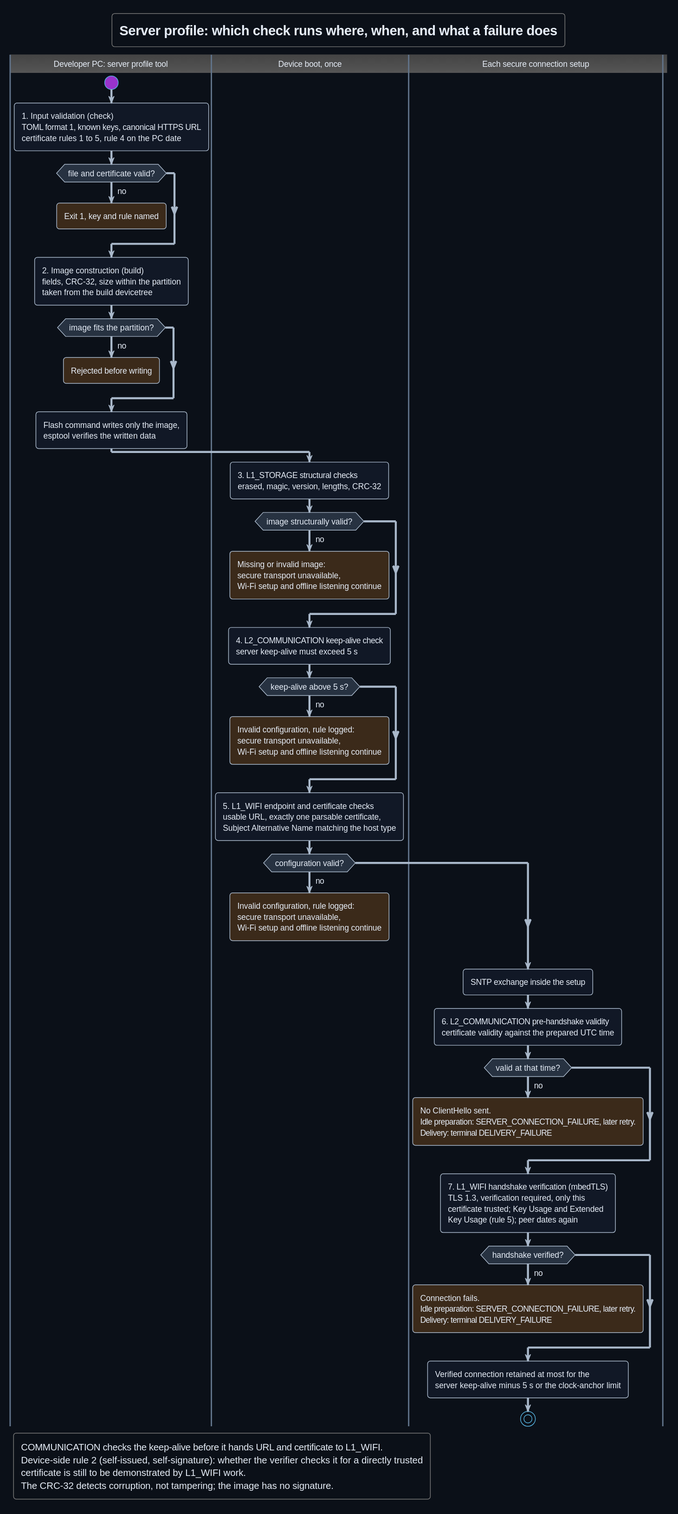
DemonicPsychoII/DigitalStethoscope keeps this PlantUML diagram as Development/system/design/STORAGE/rendered/server_profile_validation.svg. Above is the earlier version.
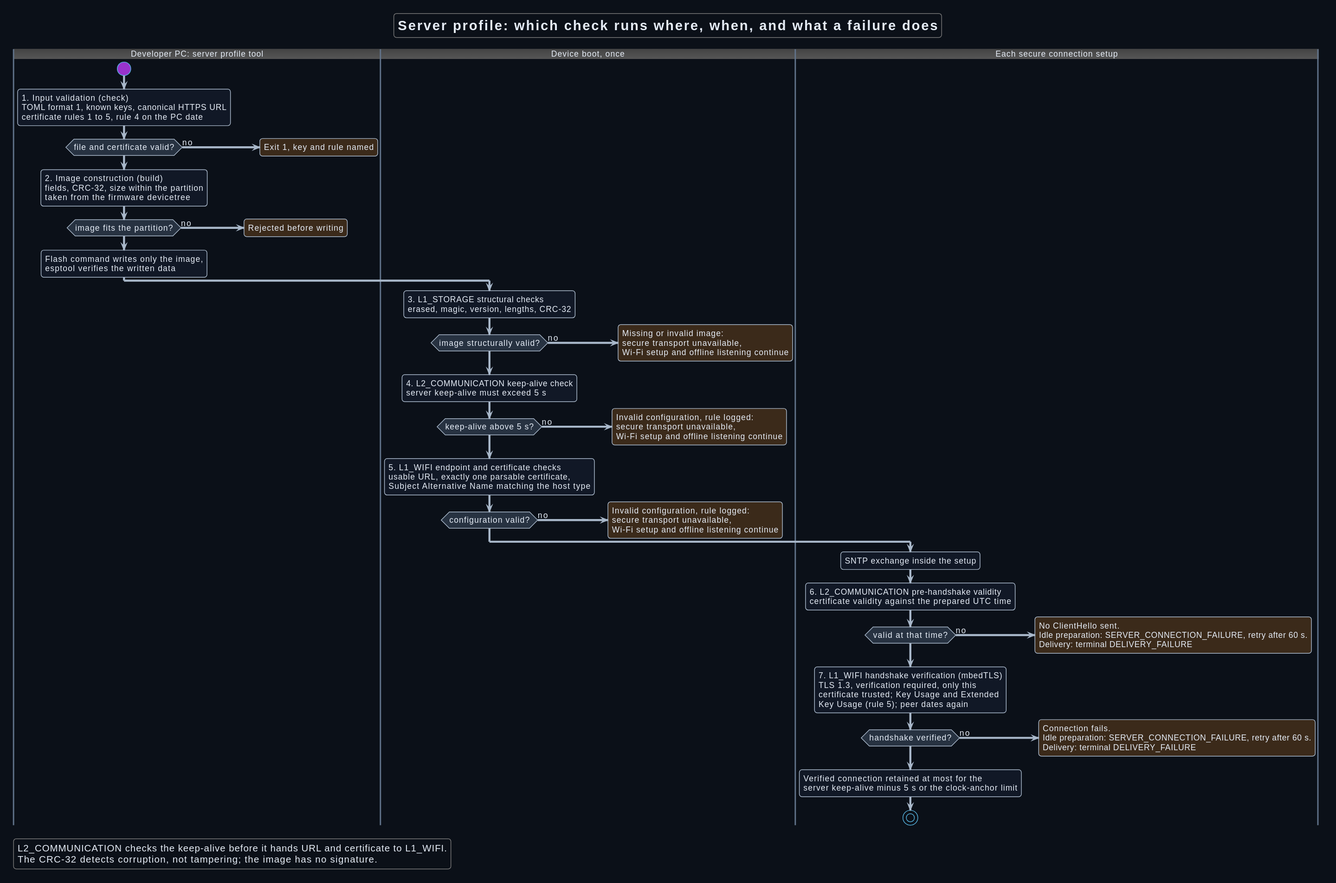
Later version of the same file.

Change to the diagram source:
```diff
@@ -28,7 +28,7 @@
 endif
 :2. Image construction (build)
 fields, CRC-32, size within the partition
-taken from the build devicetree;
+taken from the firmware devicetree;
 if (image fits the partition?) then (no)
  :Rejected before writing; <<#3b2a1a>>
  detach
@@ -69,7 +69,7 @@
 certificate validity against the prepared UTC time;
 if (valid at that time?) then (no)
  :No ClientHello sent.
- Idle preparation: SERVER_CONNECTION_FAILURE, later retry.
+ Idle preparation: SERVER_CONNECTION_FAILURE, retry after 60 s.
  Delivery: terminal DELIVERY_FAILURE; <<#3b2a1a>>
  detach
 endif
@@ -79,7 +79,7 @@
 Key Usage (rule 5); peer dates again;
 if (handshake verified?) then (no)
  :Connection fails.
- Idle preparation: SERVER_CONNECTION_FAILURE, later retry.
+ Idle preparation: SERVER_CONNECTION_FAILURE, retry after 60 s.
  Delivery: terminal DELIVERY_FAILURE; <<#3b2a1a>>
  detach
 endif
@@ -88,9 +88,7 @@
 stop
 
 legend bottom left
- COMMUNICATION checks the keep-alive before it hands URL and certificate to L1_WIFI.
- Device-side rule 2 (self-issued, self-signature): whether the verifier checks it for a directly trusted
- certificate is still to be demonstrated by L1_WIFI work.
+ L2_COMMUNICATION checks the keep-alive before it hands URL and certificate to L1_WIFI.
  The CRC-32 detects corruption, not tampering; the image has no signature.
 endlegend
 @enduml
```
